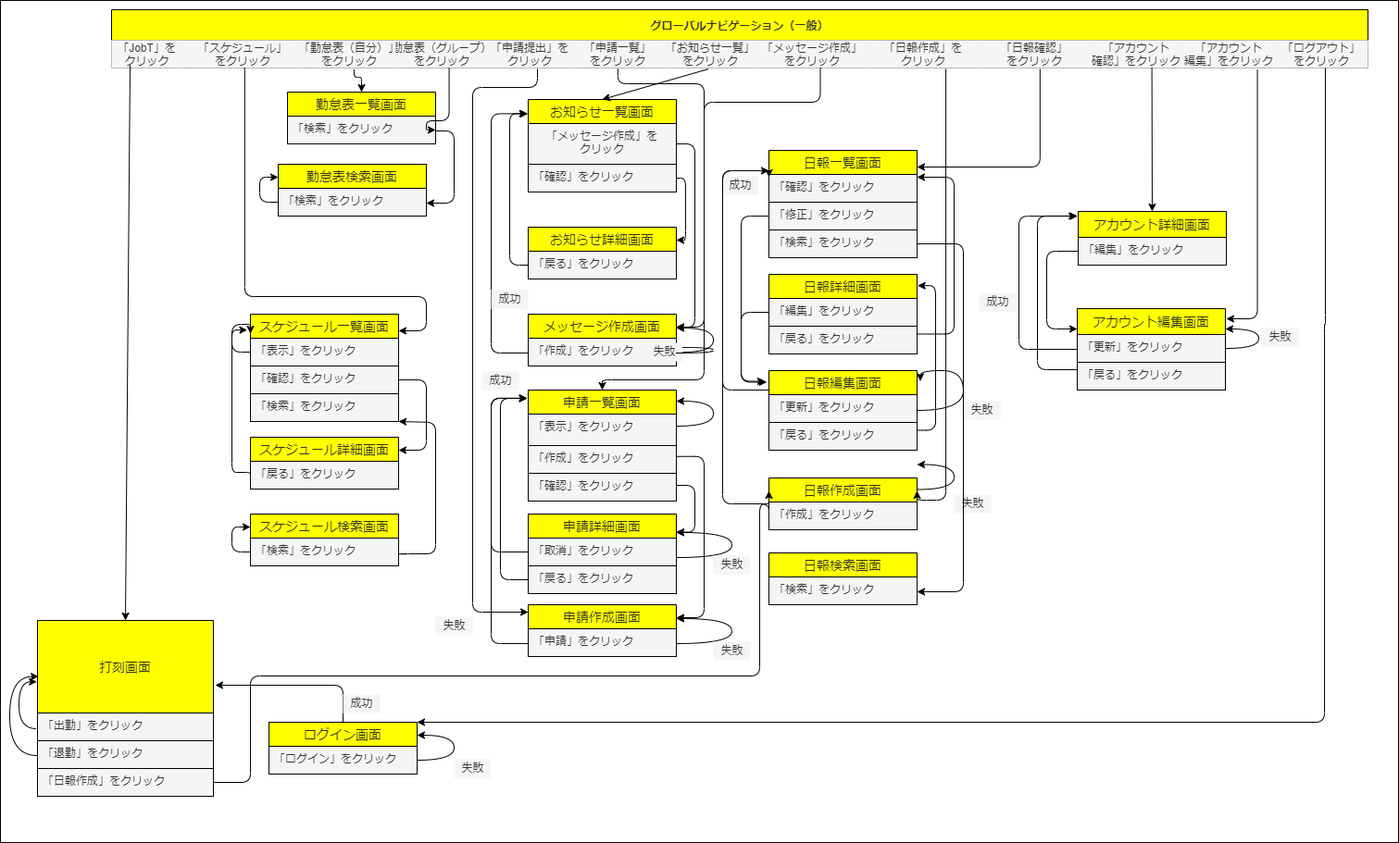
Earlier version of the draw.io export JobT_ScrTra.png (yoshihiro-kawabata/JobT). Source tidied: cells renumbered, new cells last; positions are measured from the earlier drawing's top-left corner, leaving out a move shared by most shapes.
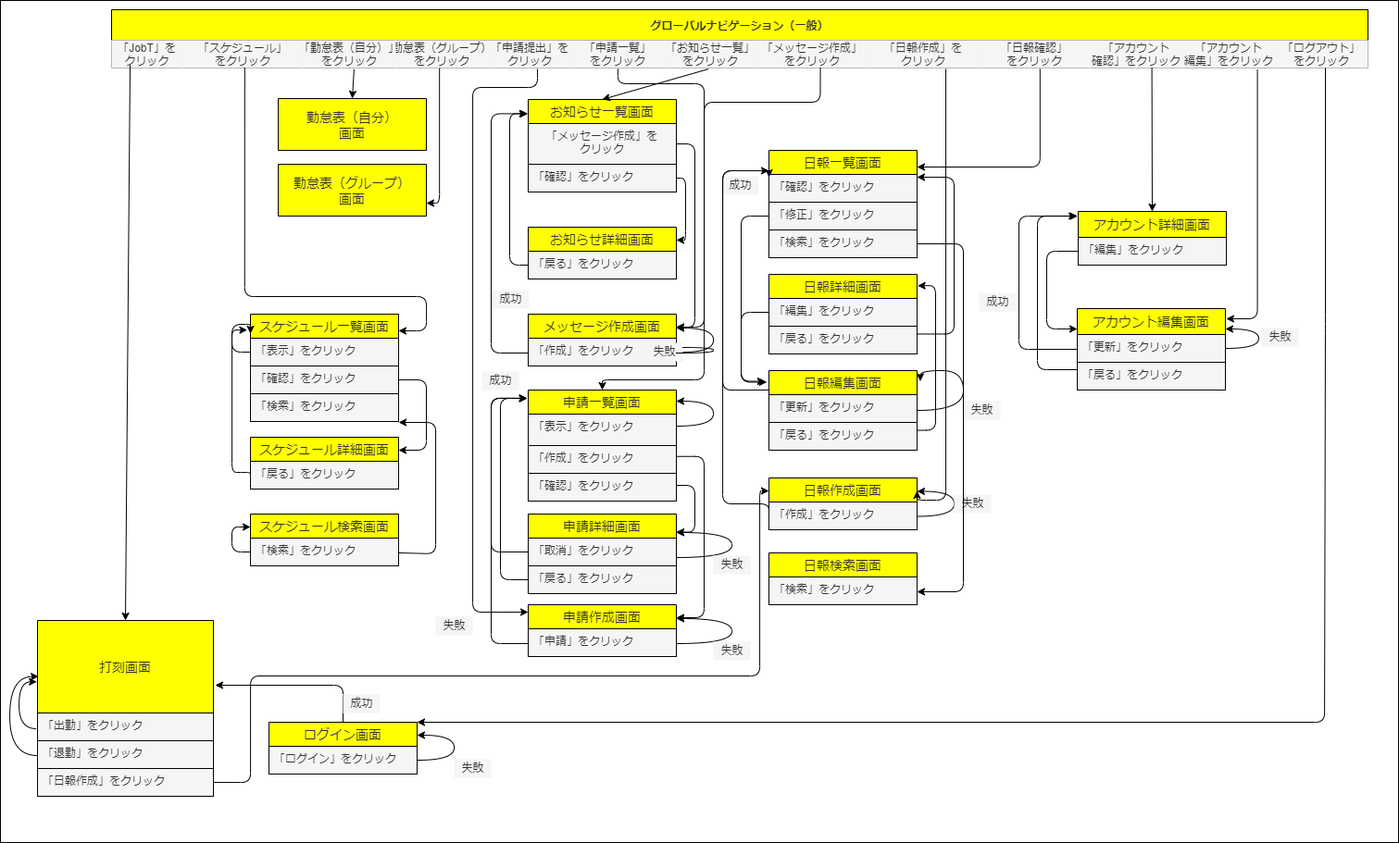
After the commit.

The edit, as a diff of the source:
```diff
@@ -226,18 +226,17 @@
           <mxPoint x="270" y="845" />
           <mxPoint x="270" y="730" />
           <mxPoint x="820" y="730" />
-          <mxPoint x="820" y="544" />
-          <mxPoint x="830" y="544" />
+          <mxPoint x="820" y="530" />
         </Array>
       </mxGeometry>
     </mxCell>
     <mxCell id="52" style="edgeStyle=orthogonalEdgeStyle;elbow=vertical;endArrow=classic;html=1;fontSize=12;exitX=1;exitY=0.5;exitDx=0;exitDy=0;curved=1;entryX=1;entryY=0.25;entryDx=0;entryDy=0;fontColor=#000000;fillColor=#f5f5f5;strokeColor=#000000;" parent="1" edge="1">
       <mxGeometry relative="1" as="geometry">
-        <mxPoint x="990" y="528.5" as="sourcePoint" />
-        <mxPoint x="990" y="501.5" as="targetPoint" />
+        <mxPoint x="990" y="557.5" as="sourcePoint" />
+        <mxPoint x="990" y="530.5" as="targetPoint" />
         <Array as="points">
-          <mxPoint x="1030" y="528.5" />
-          <mxPoint x="1030" y="501.5" />
+          <mxPoint x="1030" y="557.5" />
+          <mxPoint x="1030" y="530.5" />
         </Array>
       </mxGeometry>
     </mxCell>
@@ -440,7 +439,7 @@
       </mxGeometry>
     </mxCell>
     <mxCell id="85" value="成功" style="text;html=1;align=center;verticalAlign=middle;fillColor=#f5f5f5;strokeColor=none;rounded=0;fontSize=12;fontColor=#333333;" parent="1" vertex="1">
-      <mxGeometry x="530" y="313" width="40" height="20" as="geometry" />
+      <mxGeometry x="531" y="313" width="40" height="20" as="geometry" />
     </mxCell>
     <mxCell id="86" value="申請一覧画面" style="swimlane;fontStyle=0;horizontal=1;startSize=26;align=center;fontSize=14;fontColor=#333333;fillColor=#FFFF00;strokeColor=#000000;" parent="1" vertex="1">
       <mxGeometry x="570" y="421" width="160" height="120" as="geometry" />
@@ -581,26 +580,20 @@
         </Array>
       </mxGeometry>
     </mxCell>
-    <mxCell id="110" value="勤怠表一覧画面" style="swimlane;fontStyle=0;horizontal=1;startSize=26;align=center;fontSize=14;fontColor=#333333;fillColor=#FFFF00;strokeColor=#000000;" parent="1" vertex="1">
-      <mxGeometry x="310" y="99" width="160" height="56" as="geometry" />
+    <mxCell id="110" value="勤怠表（自分）&#10;画面" style="swimlane;fontStyle=0;horizontal=1;startSize=56;align=center;fontSize=14;fontColor=#333333;fillColor=#FFFF00;strokeColor=#000000;" parent="1" vertex="1">
+      <mxGeometry x="300" y="106" width="160" height="56" as="geometry" />
     </mxCell>
-    <mxCell id="111" value="「検索」をクリック" style="text;strokeColor=#000000;fillColor=#f5f5f5;spacingLeft=4;spacingRight=4;overflow=hidden;points=[[0,0.5],[1,0.5]];portConstraint=eastwest;fontSize=12;fontColor=#333333;" parent="110" vertex="1">
-      <mxGeometry y="26" width="160" height="30" as="geometry" />
-    </mxCell>
-    <mxCell id="112" value="勤怠表検索画面" style="swimlane;fontStyle=0;horizontal=1;startSize=26;align=center;fontSize=14;fontColor=#333333;fillColor=#FFFF00;strokeColor=#000000;" parent="1" vertex="1">
+    <mxCell id="112" value="勤怠表（グループ）&#10;画面" style="swimlane;fontStyle=0;horizontal=1;startSize=56;align=center;fontSize=14;fontColor=#333333;fillColor=#FFFF00;strokeColor=#000000;" parent="1" vertex="1">
       <mxGeometry x="300" y="177" width="160" height="56" as="geometry" />
     </mxCell>
-    <mxCell id="113" value="「検索」をクリック" style="text;strokeColor=#000000;fillColor=#f5f5f5;spacingLeft=4;spacingRight=4;overflow=hidden;points=[[0,0.5],[1,0.5]];portConstraint=eastwest;fontSize=12;fontColor=#333333;" parent="112" vertex="1">
-      <mxGeometry y="26" width="160" height="30" as="geometry" />
-    </mxCell>
-    <mxCell id="114" style="endArrow=classic;html=1;fontSize=12;fontColor=#000000;fillColor=#f5f5f5;strokeColor=#000000;entryX=0;entryY=0.25;entryDx=0;entryDy=0;exitX=0;exitY=0.5;exitDx=0;exitDy=0;edgeStyle=elbowEdgeStyle;elbow=vertical;" parent="112" edge="1" source="113" target="112">
+    <mxCell id="114" style="endArrow=classic;html=1;fontSize=12;fontColor=#000000;fillColor=#f5f5f5;strokeColor=#000000;entryX=0;entryY=0.25;entryDx=0;entryDy=0;exitX=0;exitY=0.5;exitDx=0;exitDy=0;edgeStyle=elbowEdgeStyle;elbow=vertical;" parent="112" edge="1" source="x" target="112">
       <mxGeometry relative="1" as="geometry">
         <Array as="points">
           <mxPoint x="-20" y="-7" />
         </Array>
       </mxGeometry>
     </mxCell>
-    <mxCell id="115" style="endArrow=classic;html=1;fontSize=12;fontColor=#000000;fillColor=#f5f5f5;strokeColor=#000000;entryX=1;entryY=0.5;entryDx=0;entryDy=0;exitX=0.475;exitY=1.037;exitDx=0;exitDy=0;exitPerimeter=0;elbow=vertical;edgeStyle=orthogonalEdgeStyle;" parent="1" edge="1" target="111">
+    <mxCell id="115" style="endArrow=classic;html=1;fontSize=12;fontColor=#000000;fillColor=#f5f5f5;strokeColor=#000000;entryX=1;entryY=0.5;entryDx=0;entryDy=0;exitX=0.475;exitY=1.037;exitDx=0;exitDy=0;exitPerimeter=0;elbow=vertical;edgeStyle=orthogonalEdgeStyle;" parent="1" edge="1" target="x">
       <mxGeometry relative="1" as="geometry">
         <mxPoint x="484.6" y="73" as="sourcePoint" />
         <Array as="points">
@@ -610,13 +603,8 @@
         </Array>
       </mxGeometry>
     </mxCell>
-    <mxCell id="116" style="endArrow=classic;html=1;fontSize=12;fontColor=#000000;fillColor=#f5f5f5;strokeColor=#000000;entryX=0.5;entryY=0;entryDx=0;entryDy=0;exitX=0.193;exitY=1.053;exitDx=0;exitDy=0;exitPerimeter=0;elbow=vertical;edgeStyle=orthogonalEdgeStyle;" parent="1" edge="1" source="4" target="110">
-      <mxGeometry relative="1" as="geometry">
-        <Array as="points">
-          <mxPoint x="382" y="83" />
-          <mxPoint x="390" y="83" />
-        </Array>
-      </mxGeometry>
+    <mxCell id="116" style="endArrow=classic;html=1;fontSize=12;fontColor=#000000;fillColor=#f5f5f5;strokeColor=#000000;entryX=0.5;entryY=0;entryDx=0;entryDy=0;exitX=0.193;exitY=1.053;exitDx=0;exitDy=0;exitPerimeter=0;elbow=vertical;" parent="1" edge="1" source="4" target="110">
+      <mxGeometry relative="1" as="geometry" />
     </mxCell>
     <mxCell id="117" value="スケジュール一覧画面" style="swimlane;fontStyle=0;horizontal=1;startSize=26;align=center;fontSize=14;fontColor=#333333;fillColor=#FFFF00;strokeColor=#000000;" parent="1" vertex="1">
       <mxGeometry x="270" y="339" width="160" height="116" as="geometry" />
@@ -683,10 +671,10 @@
         </Array>
       </mxGeometry>
     </mxCell>
-    <mxCell id="129" style="endArrow=classic;html=1;fontSize=12;fontColor=#000000;fillColor=#f5f5f5;strokeColor=#000000;entryX=1;entryY=0.75;entryDx=0;entryDy=0;edgeStyle=elbowEdgeStyle;elbow=vertical;exitX=1;exitY=0.75;exitDx=0;exitDy=0;" parent="1" edge="1" source="110" target="112">
+    <mxCell id="129" style="endArrow=classic;html=1;fontSize=12;fontColor=#000000;fillColor=#f5f5f5;strokeColor=#000000;entryX=1;entryY=0.75;entryDx=0;entryDy=0;edgeStyle=elbowEdgeStyle;elbow=vertical;exitX=0.261;exitY=1.011;exitDx=0;exitDy=0;exitPerimeter=0;" parent="1" edge="1" source="4" target="112">
       <mxGeometry relative="1" as="geometry">
         <Array as="points">
-          <mxPoint x="490" y="230" />
+          <mxPoint x="474" y="219" />
         </Array>
       </mxGeometry>
     </mxCell>
```
